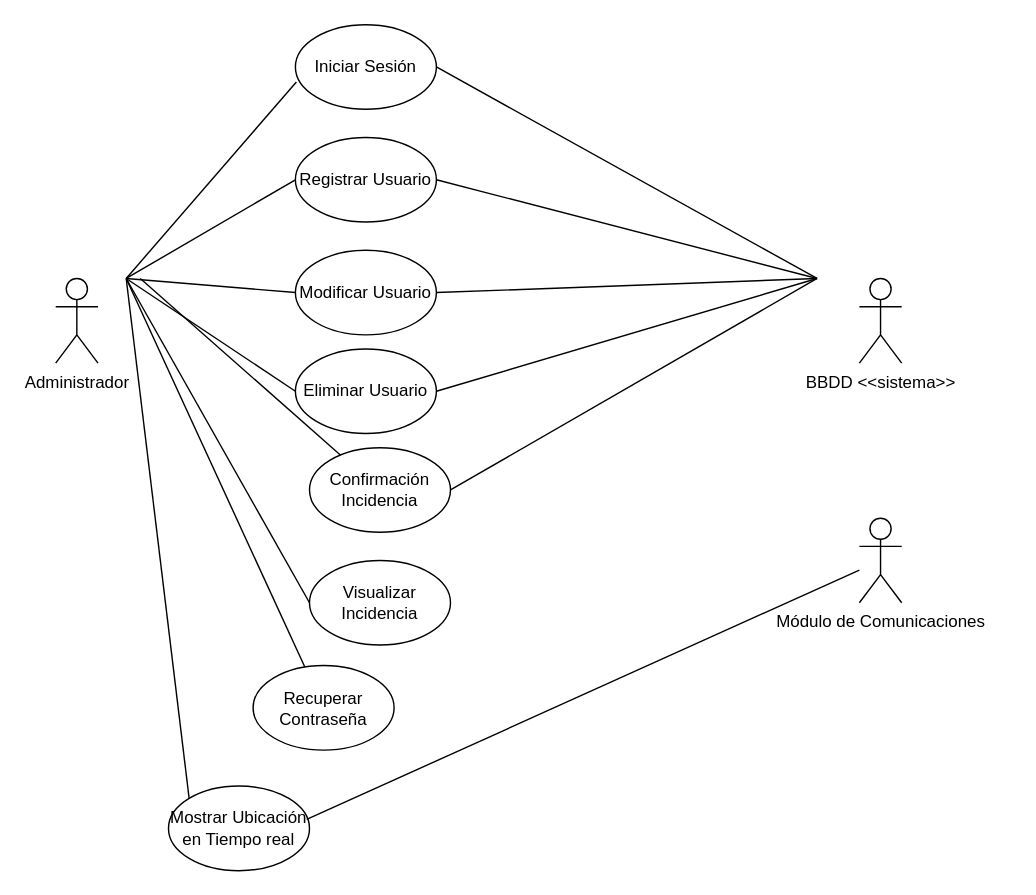
The draw.io diagram page "Página-1" (1 of 2) of casosdeusoweb.drawio in alangamboa97/TT, before the edit. Source tidied: cells renumbered, new cells numbered last; positions are measured from the earlier drawing's top-left corner, leaving out a move shared by most shapes. Both pictures are drawn from the tidied source at 141%, with x=0, y=0 at pixel (55, 24).
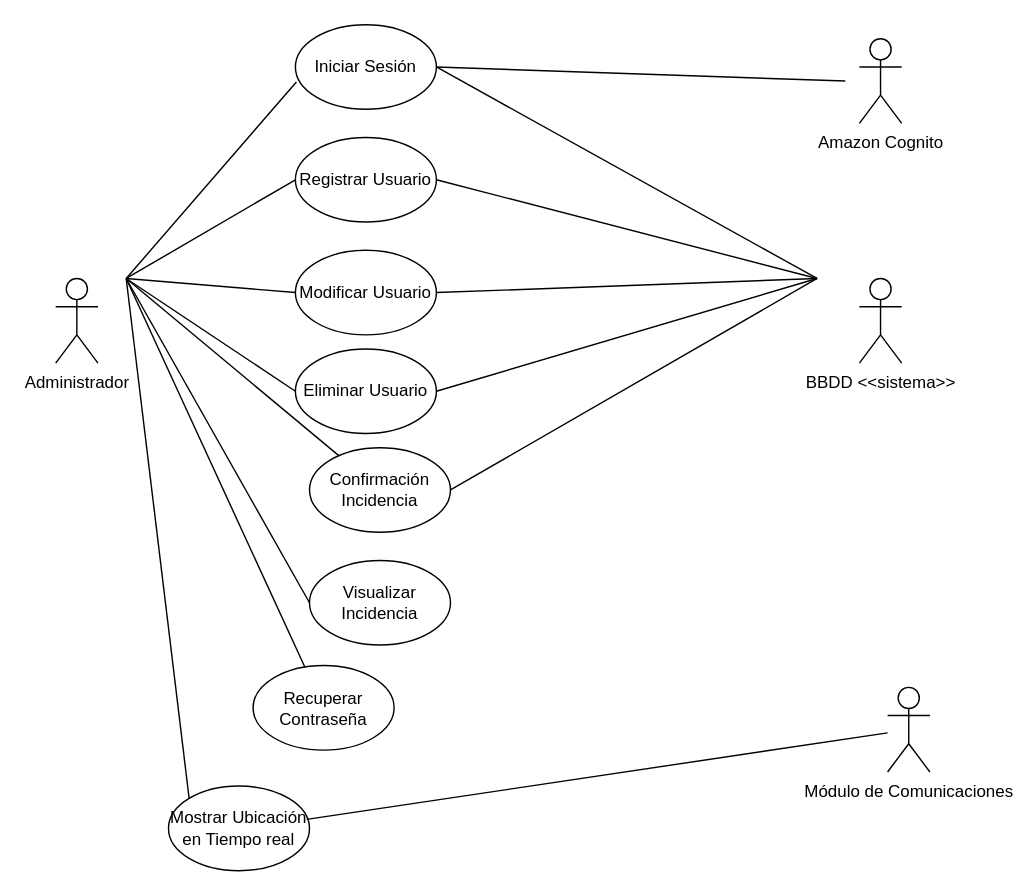
The same page after the edit.

Unchanged cells that the change refers to:
```xml
<mxCell id="3" value="Iniciar Sesión" style="ellipse;whiteSpace=wrap;html=1;" parent="1" vertex="1">
  <mxGeometry x="170" width="100" height="60" as="geometry" />
</mxCell>
<mxCell id="10" value="Confirmación Incidencia" style="ellipse;whiteSpace=wrap;html=1;" parent="1" vertex="1">
  <mxGeometry x="180" y="300" width="100" height="60" as="geometry" />
</mxCell>
```

What changed in the source:
```diff
@@
     <mxCell id="18" style="endArrow=none;html=1;rounded=0;" parent="1" edge="1" target="10">
       <mxGeometry relative="1" as="geometry">
-        <mxPoint x="60" y="180" as="sourcePoint" />
+        <mxPoint x="50" y="180" as="sourcePoint" />
       </mxGeometry>
     </mxCell>
@@
     <mxCell id="20" value="Módulo de Comunicaciones" style="shape=umlActor;verticalLabelPosition=bottom;verticalAlign=top;html=1;outlineConnect=0;" parent="1" vertex="1">
-      <mxGeometry x="570" y="350" width="30" height="60" as="geometry" />
+      <mxGeometry x="590" y="470" width="30" height="60" as="geometry" />
     </mxCell>
@@
+    <mxCell id="27" value="Amazon Cognito" style="shape=umlActor;verticalLabelPosition=bottom;verticalAlign=top;html=1;" parent="1" vertex="1">
+      <mxGeometry x="570" y="10" width="30" height="60" as="geometry" />
+    </mxCell>
+    <mxCell id="28" style="endArrow=none;html=1;rounded=0;exitX=1;exitY=0.5;exitDx=0;exitDy=0;" parent="1" edge="1" source="3">
+      <mxGeometry relative="1" as="geometry">
+        <mxPoint x="560" y="40" as="targetPoint" />
+      </mxGeometry>
+    </mxCell>
```
